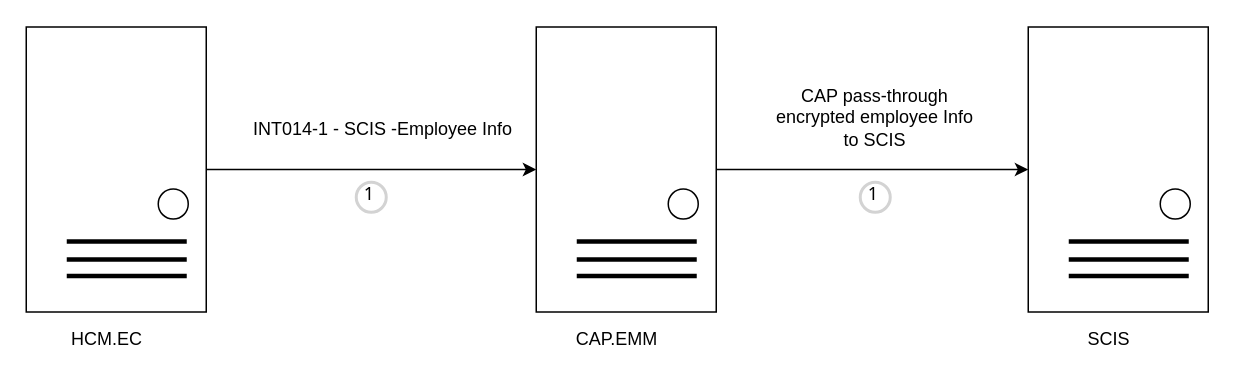
wsxad234/flowchart keeps this draw.io diagram as page "SCIS" (8 of 10) of Untitled Diagram.drawio. Above is the earlier version. Source tidied: cells renumbered, new cells numbered last; positions are measured from the earlier drawing's top-left corner, leaving out a move shared by most shapes. Both pictures are drawn from the tidied source at 150%, with x=0, y=0 at pixel (26, 26).
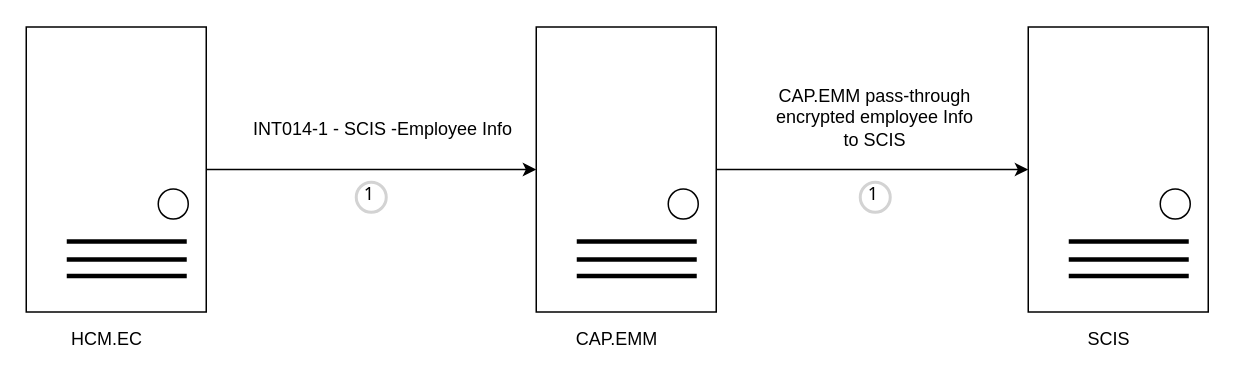
The same page after the edit.

The edit, as a diff of the source:
```diff
@@
-    <mxCell id="24" value="CAP pass-through encrypted employee Info to SCIS" style="text;html=1;strokeColor=none;fillColor=none;align=center;verticalAlign=middle;whiteSpace=wrap;rounded=0;" parent="1" vertex="1">
+    <mxCell id="24" value="CAP.EMM pass-through encrypted employee Info to SCIS" style="text;html=1;strokeColor=none;fillColor=none;align=center;verticalAlign=middle;whiteSpace=wrap;rounded=0;" parent="1" vertex="1">
       <mxGeometry x="494" y="14" width="144" height="94.5" as="geometry" />
     </mxCell>
```
